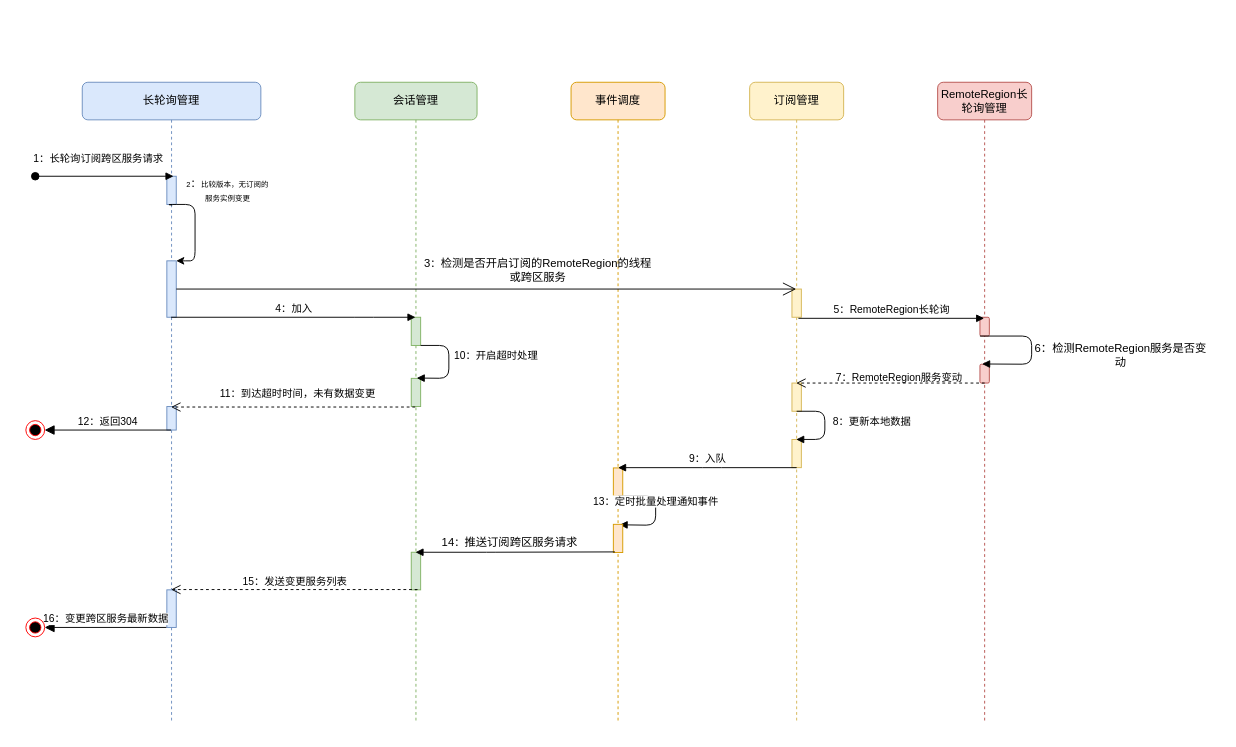
Gred01/study keeps this draw.io diagram as 长轮询-期间发生变更.drawio. Above is the earlier version. Source tidied: cells renumbered, new cells numbered last; positions are measured from the earlier drawing's top-left corner, leaving out a move shared by most shapes. Both pictures are drawn from the tidied source at 94%, with x=0, y=0 at pixel (25, 82).
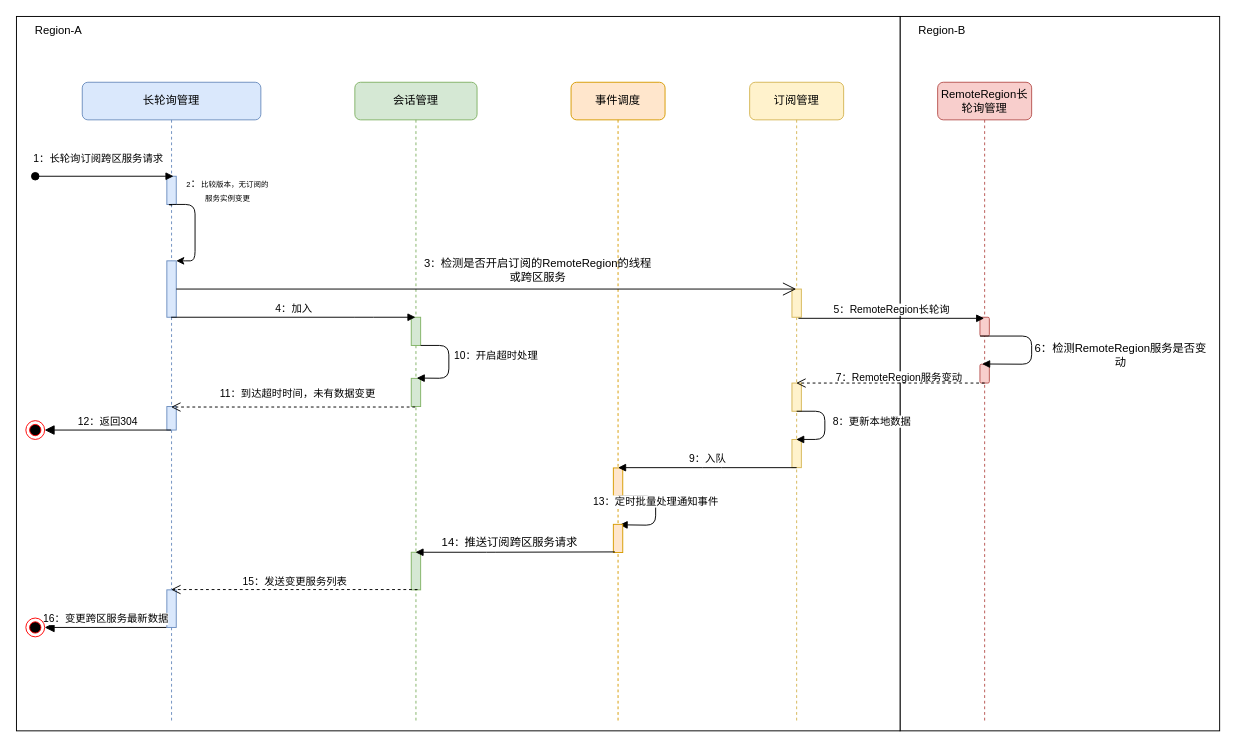
After the change.

Commit message:
Update 长轮询-期间发生变更.drawio

The edit, as a diff of the source:
```diff
@@
+    <mxCell id="44" style="rounded=0;whiteSpace=wrap;html=1;" parent="1" vertex="1">
+      <mxGeometry x="930" y="-70" width="340" height="760" as="geometry" />
+    </mxCell>
+    <mxCell id="45" style="rounded=0;whiteSpace=wrap;html=1;" parent="1" vertex="1">
+      <mxGeometry x="-10" y="-70" width="940" height="760" as="geometry" />
+    </mxCell>
@@
+    <mxCell id="46" value="Region-A" style="text;html=1;strokeColor=none;fillColor=none;align=center;verticalAlign=middle;whiteSpace=wrap;rounded=0;" parent="1" vertex="1">
+      <mxGeometry x="-10" y="-70" width="90" height="30" as="geometry" />
+    </mxCell>
+    <mxCell id="47" value="Region-B" style="text;html=1;strokeColor=none;fillColor=none;align=center;verticalAlign=middle;whiteSpace=wrap;rounded=0;" parent="1" vertex="1">
+      <mxGeometry x="930" y="-70" width="90" height="30" as="geometry" />
+    </mxCell>
```
